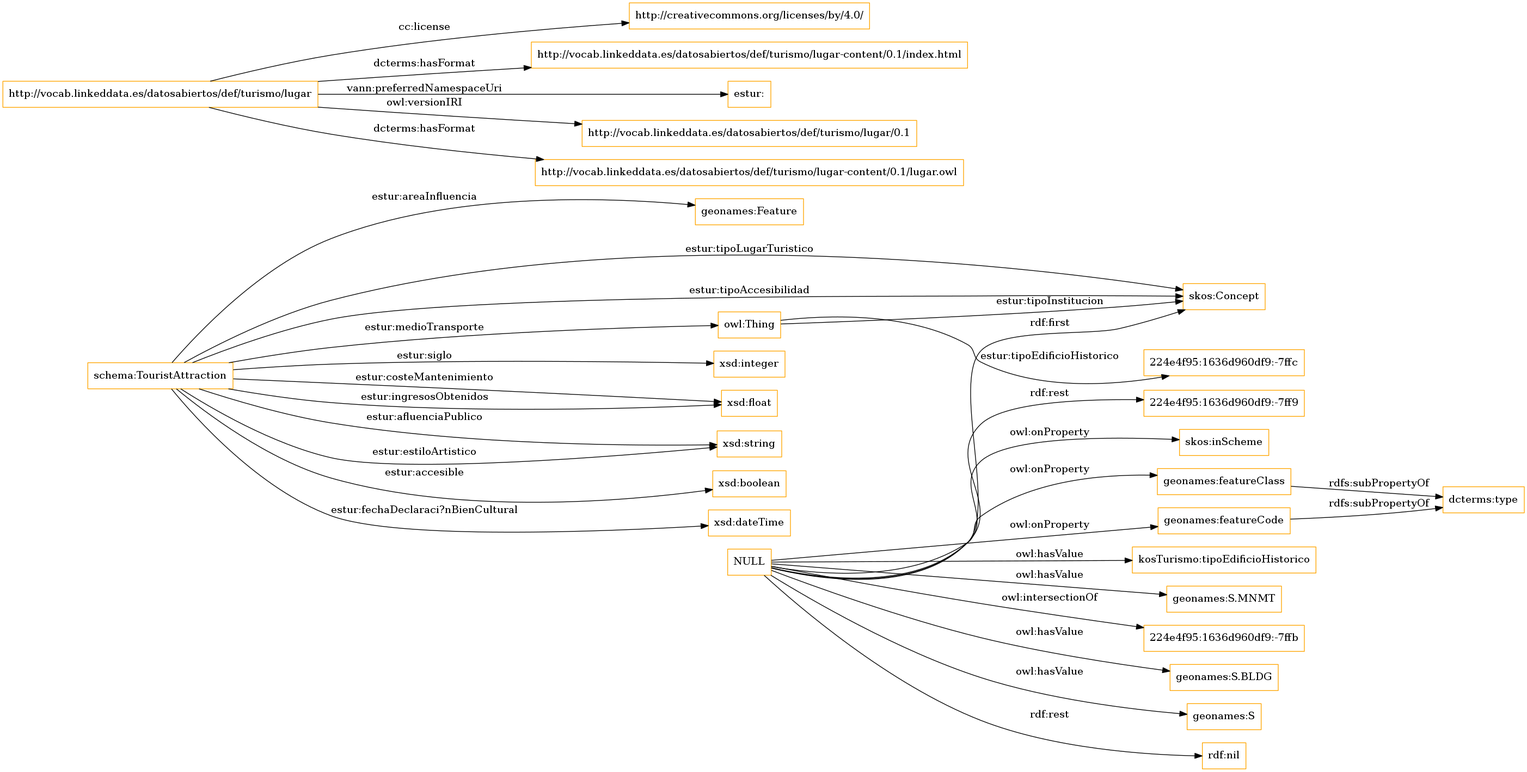
Before: OnToology/cultura-ocio-lugares-interes/lugar.owl/diagrams/ar2dtool-class/lugar.owl.png, a diagram exported from Graphviz (ma-garcia/visualization). Its source is kept beside it as OnToology/cultura-ocio-lugares-interes/lugar.owl/diagrams/ar2dtool-class/lugar.owl.png.dot.
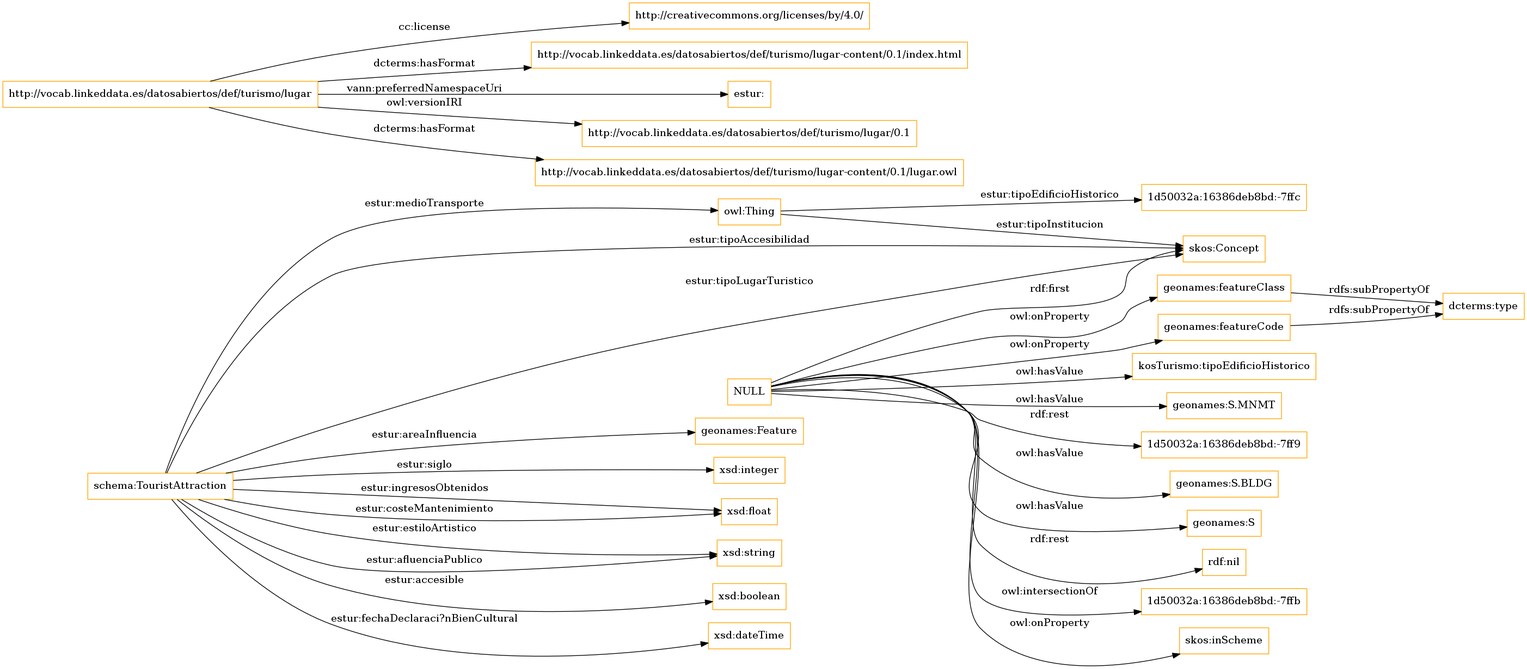
After the change.

The edit, as a diff of the source:
```diff
@@ -1,7 +1,7 @@
 digraph ar2dtool_diagram {
 rankdir=LR;
 size="1501"
-node [shape = rectangle, color="orange"]; "geonames:Feature" "schema:TouristAttraction" "skos:Concept" "224e4f95:1636d960df9:-7ffc" ; /*classes style*/
+node [shape = rectangle, color="orange"]; "1d50032a:16386deb8bd:-7ffc" "geonames:Feature" "schema:TouristAttraction" "skos:Concept" ; /*classes style*/
 	"http://vocab.linkeddata.es/datosabiertos/def/turismo/lugar" -> "http://creativecommons.org/licenses/by/4.0/" [ label = "cc:license" ];
 	"http://vocab.linkeddata.es/datosabiertos/def/turismo/lugar" -> "http://vocab.linkeddata.es/datosabiertos/def/turismo/lugar-content/0.1/index.html" [ label = "dcterms:hasFormat" ];
 	"http://vocab.linkeddata.es/datosabiertos/def/turismo/lugar" -> "estur:" [ label = "vann:preferredNamespaceUri" ];
@@ -11,17 +11,17 @@
 	"NULL" -> "geonames:featureCode" [ label = "owl:onProperty" ];
 	"NULL" -> "kosTurismo:tipoEdificioHistorico" [ label = "owl:hasValue" ];
 	"NULL" -> "geonames:S.MNMT" [ label = "owl:hasValue" ];
+	"NULL" -> "1d50032a:16386deb8bd:-7ff9" [ label = "rdf:rest" ];
 	"NULL" -> "skos:Concept" [ label = "rdf:first" ];
-	"NULL" -> "224e4f95:1636d960df9:-7ffb" [ label = "owl:intersectionOf" ];
 	"NULL" -> "geonames:S.BLDG" [ label = "owl:hasValue" ];
 	"NULL" -> "geonames:S" [ label = "owl:hasValue" ];
 	"NULL" -> "rdf:nil" [ label = "rdf:rest" ];
-	"NULL" -> "224e4f95:1636d960df9:-7ff9" [ label = "rdf:rest" ];
+	"NULL" -> "1d50032a:16386deb8bd:-7ffb" [ label = "owl:intersectionOf" ];
 	"NULL" -> "geonames:featureClass" [ label = "owl:onProperty" ];
 	"NULL" -> "skos:inScheme" [ label = "owl:onProperty" ];
 	"geonames:featureCode" -> "dcterms:type" [ label = "rdfs:subPropertyOf" ];
 	"schema:TouristAttraction" -> "owl:Thing" [ label = "estur:medioTransporte" ];
-	"owl:Thing" -> "224e4f95:1636d960df9:-7ffc" [ label = "estur:tipoEdificioHistorico" ];
+	"owl:Thing" -> "1d50032a:16386deb8bd:-7ffc" [ label = "estur:tipoEdificioHistorico" ];
 	"owl:Thing" -> "skos:Concept" [ label = "estur:tipoInstitucion" ];
 	"schema:TouristAttraction" -> "xsd:integer" [ label = "estur:siglo" ];
 	"schema:TouristAttraction" -> "geonames:Feature" [ label = "estur:areaInfluencia" ];
```
